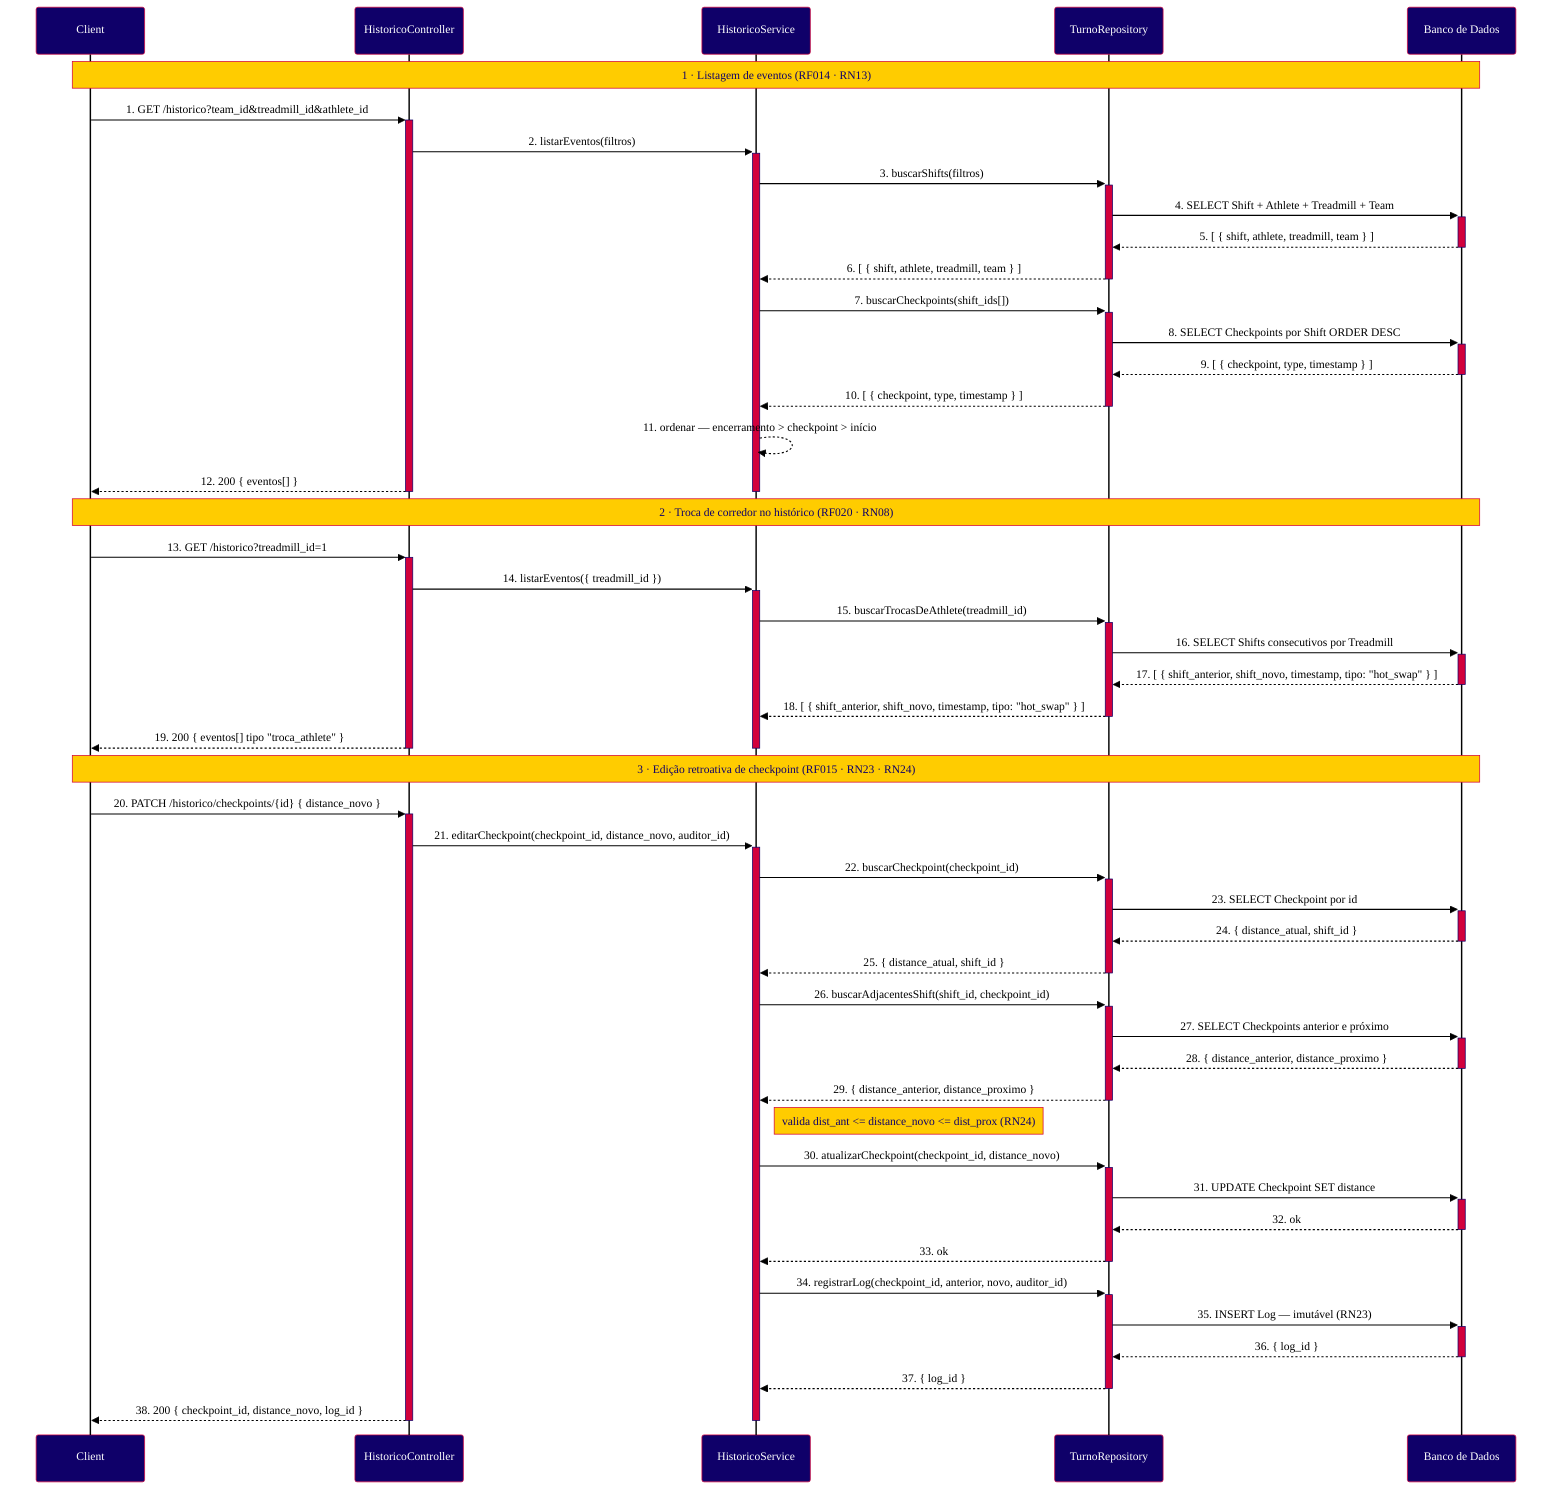
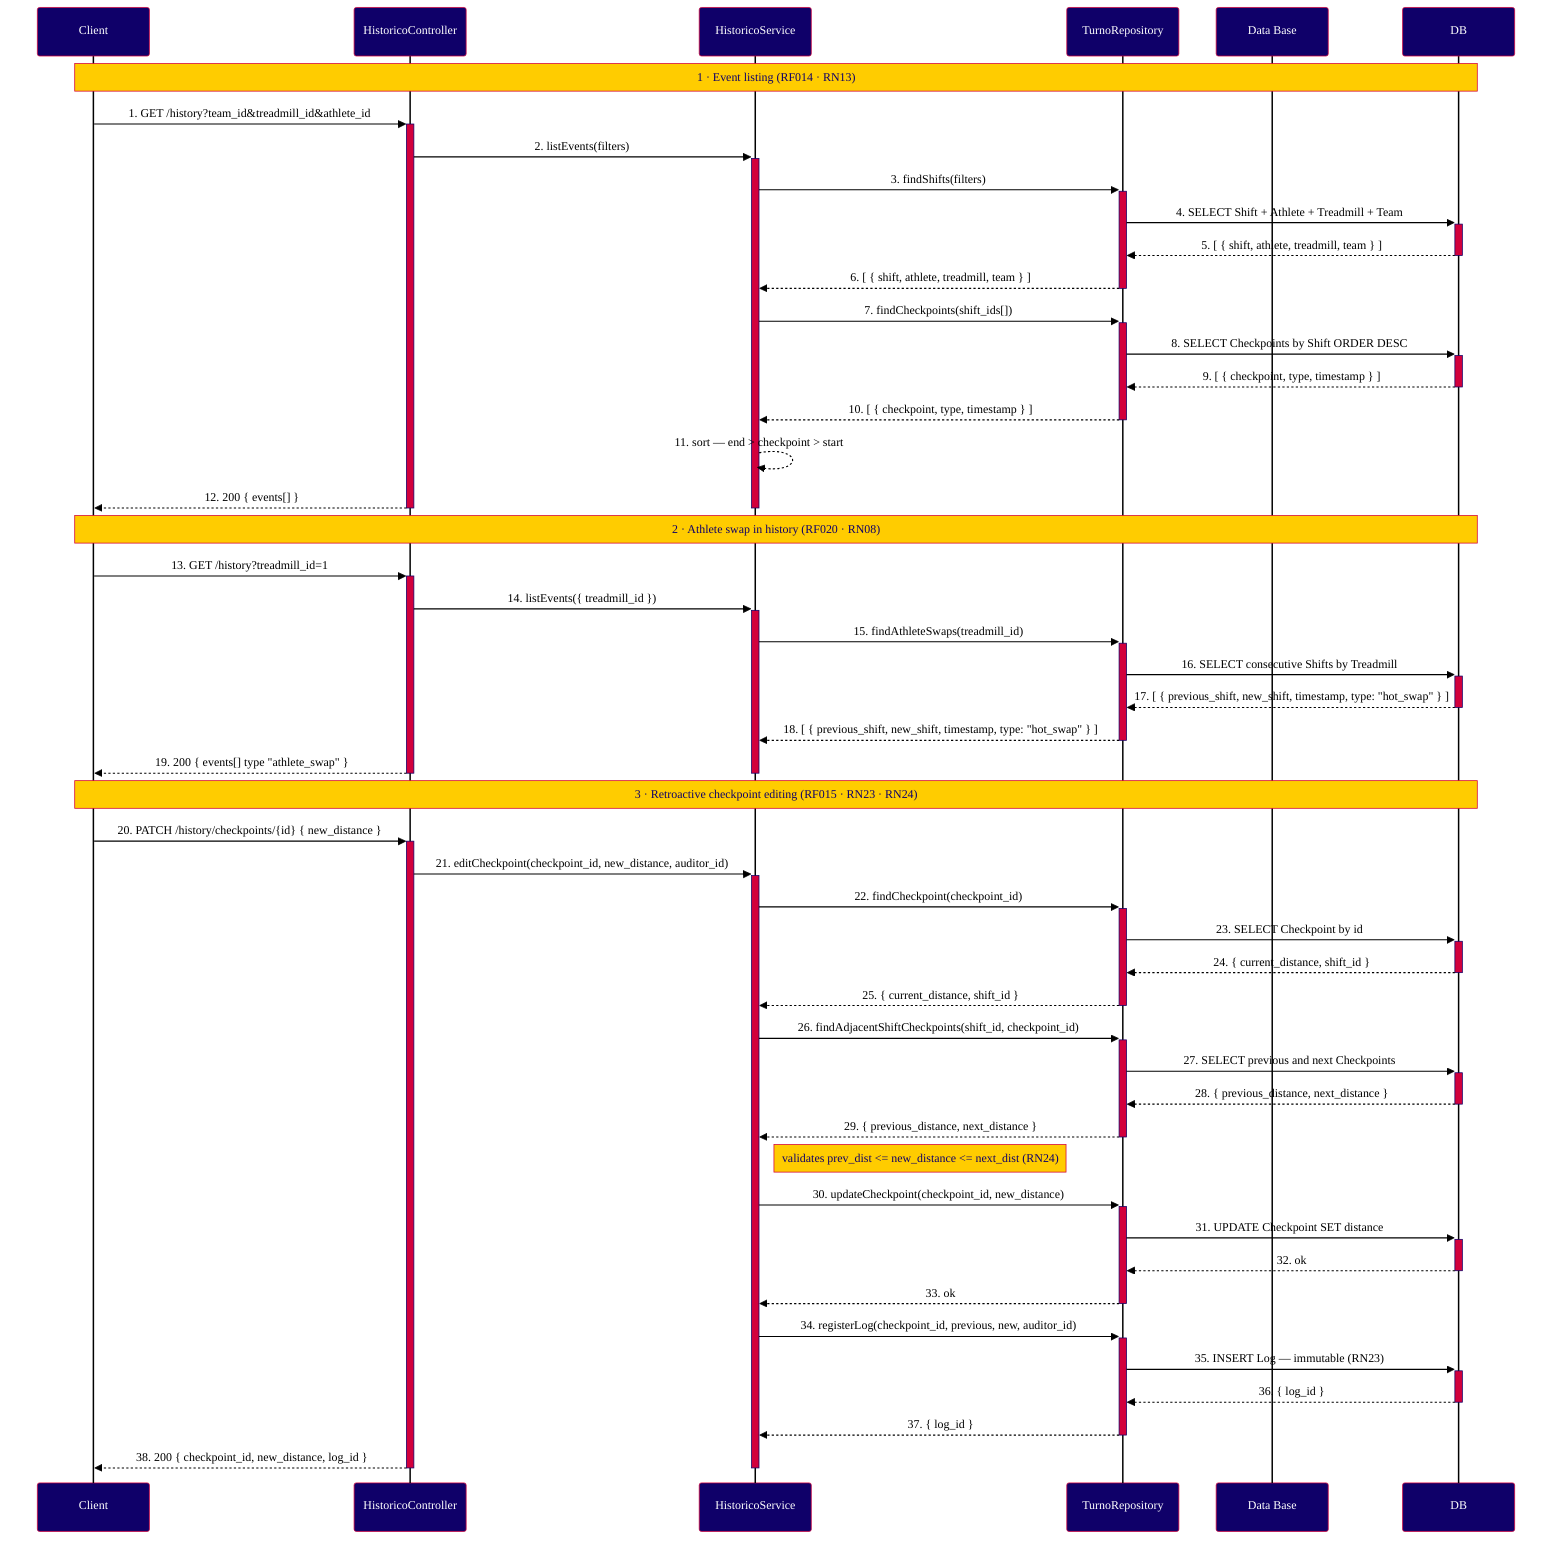

%%{init: {
  "theme": "base",
  "themeVariables": {
    "primaryColor": "#0F0069",
    "primaryTextColor": "#FFFFFF",
    "primaryBorderColor": "#D2003C",
    "secondaryColor": "#D2003C",
    "secondaryTextColor": "#FFFFFF",
    "secondaryBorderColor": "#D2003C",
    "tertiaryColor": "#E8E8F5",
    "tertiaryTextColor": "#0F0069",
    "tertiaryBorderColor": "#0F0069",
    "noteBkgColor": "#FFCC00",
    "noteTextColor": "#0F0069",
    "noteBorderColor": "#D2003C",
    "activationBkgColor": "#D2003C",
    "activationBorderColor": "#0F0069",
    "actorBkg": "#0F0069",
    "actorTextColor": "#FFFFFF",
    "actorBorderColor": "#D2003C",
    "actorLineColor": "#000000",
    "signalColor": "#000000",
    "signalTextColor": "#000000",
    "labelBoxBkgColor": "#E8E8F5",
    "labelBoxBorderColor": "#0F0069",
    "labelTextColor": "#0F0069",
    "loopTextColor": "#0F0069",
    "fontFamily": "Arial, sans-serif",
    "fontSize": "14px",
    "background": "#FFFFFF"
  }
}}%%
sequenceDiagram
    participant C as Client
    participant HC as HistoricoController
    participant HS as HistoricoService
    participant TR as TurnoRepository
-     participant BD as Banco de Dados
+     participant BD as Data Base

-     Note over C,BD: 1 · Listagem de eventos (RF014 · RN13)
+     Note over C,DB: 1 · Event listing (RF014 · RN13)

-     C->>+HC: 1. GET /historico?team_id&treadmill_id&athlete_id
-     HC->>+HS: 2. listarEventos(filtros)
-     HS->>+TR: 3. buscarShifts(filtros)
-     TR->>+BD: 4. SELECT Shift + Athlete + Treadmill + Team
-     BD-->>-TR: 5. [ { shift, athlete, treadmill, team } ]
+     C->>+HC: 1. GET /history?team_id&treadmill_id&athlete_id
+     HC->>+HS: 2. listEvents(filters)
+     HS->>+TR: 3. findShifts(filters)
+     TR->>+DB: 4. SELECT Shift + Athlete + Treadmill + Team
+     DB-->>-TR: 5. [ { shift, athlete, treadmill, team } ]
    TR-->>-HS: 6. [ { shift, athlete, treadmill, team } ]
-     HS->>+TR: 7. buscarCheckpoints(shift_ids[])
-     TR->>+BD: 8. SELECT Checkpoints por Shift ORDER DESC
-     BD-->>-TR: 9. [ { checkpoint, type, timestamp } ]
+ 
+     HS->>+TR: 7. findCheckpoints(shift_ids[])
+     TR->>+DB: 8. SELECT Checkpoints by Shift ORDER DESC
+     DB-->>-TR: 9. [ { checkpoint, type, timestamp } ]
    TR-->>-HS: 10. [ { checkpoint, type, timestamp } ]
-     HS-->>HS: 11. ordenar — encerramento > checkpoint > início
-     HC-->>-C: 12. 200 { eventos[] }
+ 
+     HS-->>HS: 11. sort — end > checkpoint > start
+     HC-->>-C: 12. 200 { events[] }
    deactivate HS

-     Note over C,BD: 2 · Troca de corredor no histórico (RF020 · RN08)
+     Note over C,DB: 2 · Athlete swap in history (RF020 · RN08)

-     C->>+HC: 13. GET /historico?treadmill_id=1
-     HC->>+HS: 14. listarEventos({ treadmill_id })
-     HS->>+TR: 15. buscarTrocasDeAthlete(treadmill_id)
-     TR->>+BD: 16. SELECT Shifts consecutivos por Treadmill
-     BD-->>-TR: 17. [ { shift_anterior, shift_novo, timestamp, tipo: "hot_swap" } ]
-     TR-->>-HS: 18. [ { shift_anterior, shift_novo, timestamp, tipo: "hot_swap" } ]
-     HC-->>-C: 19. 200 { eventos[] tipo "troca_athlete" }
+     C->>+HC: 13. GET /history?treadmill_id=1
+     HC->>+HS: 14. listEvents({ treadmill_id })
+     HS->>+TR: 15. findAthleteSwaps(treadmill_id)
+     TR->>+DB: 16. SELECT consecutive Shifts by Treadmill
+     DB-->>-TR: 17. [ { previous_shift, new_shift, timestamp, type: "hot_swap" } ]
+     TR-->>-HS: 18. [ { previous_shift, new_shift, timestamp, type: "hot_swap" } ]
+ 
+     HC-->>-C: 19. 200 { events[] type "athlete_swap" }
    deactivate HS

-     Note over C,BD: 3 · Edição retroativa de checkpoint (RF015 · RN23 · RN24)
+     Note over C,DB: 3 · Retroactive checkpoint editing (RF015 · RN23 · RN24)

-     C->>+HC: 20. PATCH /historico/checkpoints/{id} { distance_novo }
-     HC->>+HS: 21. editarCheckpoint(checkpoint_id, distance_novo, auditor_id)
-     HS->>+TR: 22. buscarCheckpoint(checkpoint_id)
-     TR->>+BD: 23. SELECT Checkpoint por id
-     BD-->>-TR: 24. { distance_atual, shift_id }
-     TR-->>-HS: 25. { distance_atual, shift_id }
-     HS->>+TR: 26. buscarAdjacentesShift(shift_id, checkpoint_id)
-     TR->>+BD: 27. SELECT Checkpoints anterior e próximo
-     BD-->>-TR: 28. { distance_anterior, distance_proximo }
-     TR-->>-HS: 29. { distance_anterior, distance_proximo }
-     Note right of HS: valida dist_ant <= distance_novo <= dist_prox (RN24)
-     HS->>+TR: 30. atualizarCheckpoint(checkpoint_id, distance_novo)
-     TR->>+BD: 31. UPDATE Checkpoint SET distance
-     BD-->>-TR: 32. ok
+     C->>+HC: 20. PATCH /history/checkpoints/{id} { new_distance }
+     HC->>+HS: 21. editCheckpoint(checkpoint_id, new_distance, auditor_id)
+ 
+     HS->>+TR: 22. findCheckpoint(checkpoint_id)
+     TR->>+DB: 23. SELECT Checkpoint by id
+     DB-->>-TR: 24. { current_distance, shift_id }
+     TR-->>-HS: 25. { current_distance, shift_id }
+ 
+     HS->>+TR: 26. findAdjacentShiftCheckpoints(shift_id, checkpoint_id)
+     TR->>+DB: 27. SELECT previous and next Checkpoints
+     DB-->>-TR: 28. { previous_distance, next_distance }
+     TR-->>-HS: 29. { previous_distance, next_distance }
+ 
+     Note right of HS: validates prev_dist <= new_distance <= next_dist (RN24)
+ 
+     HS->>+TR: 30. updateCheckpoint(checkpoint_id, new_distance)
+     TR->>+DB: 31. UPDATE Checkpoint SET distance
+     DB-->>-TR: 32. ok
    TR-->>-HS: 33. ok
-     HS->>+TR: 34. registrarLog(checkpoint_id, anterior, novo, auditor_id)
-     TR->>+BD: 35. INSERT Log — imutável (RN23)
-     BD-->>-TR: 36. { log_id }
+ 
+     HS->>+TR: 34. registerLog(checkpoint_id, previous, new, auditor_id)
+     TR->>+DB: 35. INSERT Log — immutable (RN23)
+     DB-->>-TR: 36. { log_id }
    TR-->>-HS: 37. { log_id }
-     HC-->>-C: 38. 200 { checkpoint_id, distance_novo, log_id }
-     deactivate HS
+ 
+     HC-->>-C: 38. 200 { checkpoint_id, new_distance, log_id }
+     deactivate HS